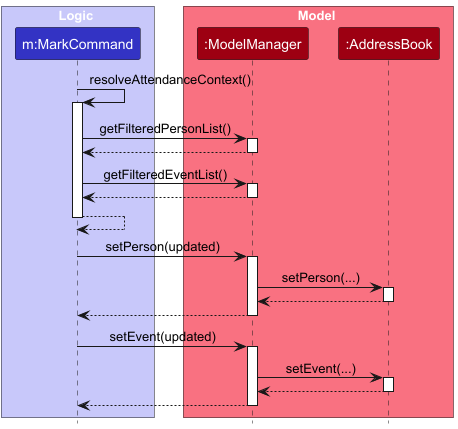
Above: docs/images/AttendanceMarkSequenceModel.png in samuelcg20/tp (PlantUML), before the change.
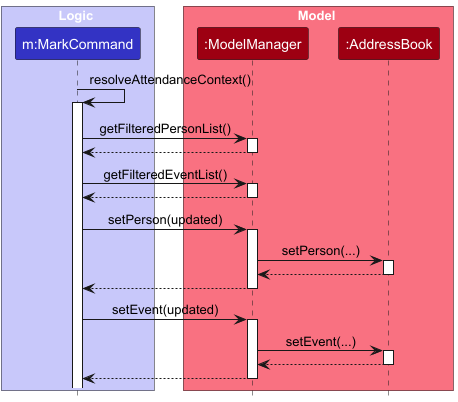
Later version of the same file.

What changed in the source:
```diff
@@ -24,9 +24,6 @@
 ModelManager --> MarkCommand
 deactivate ModelManager
 
-MarkCommand --> MarkCommand
-deactivate MarkCommand
-
 MarkCommand -> ModelManager : setPerson(updated)
 activate ModelManager
 ModelManager -> AddressBook : setPerson(...)
```
